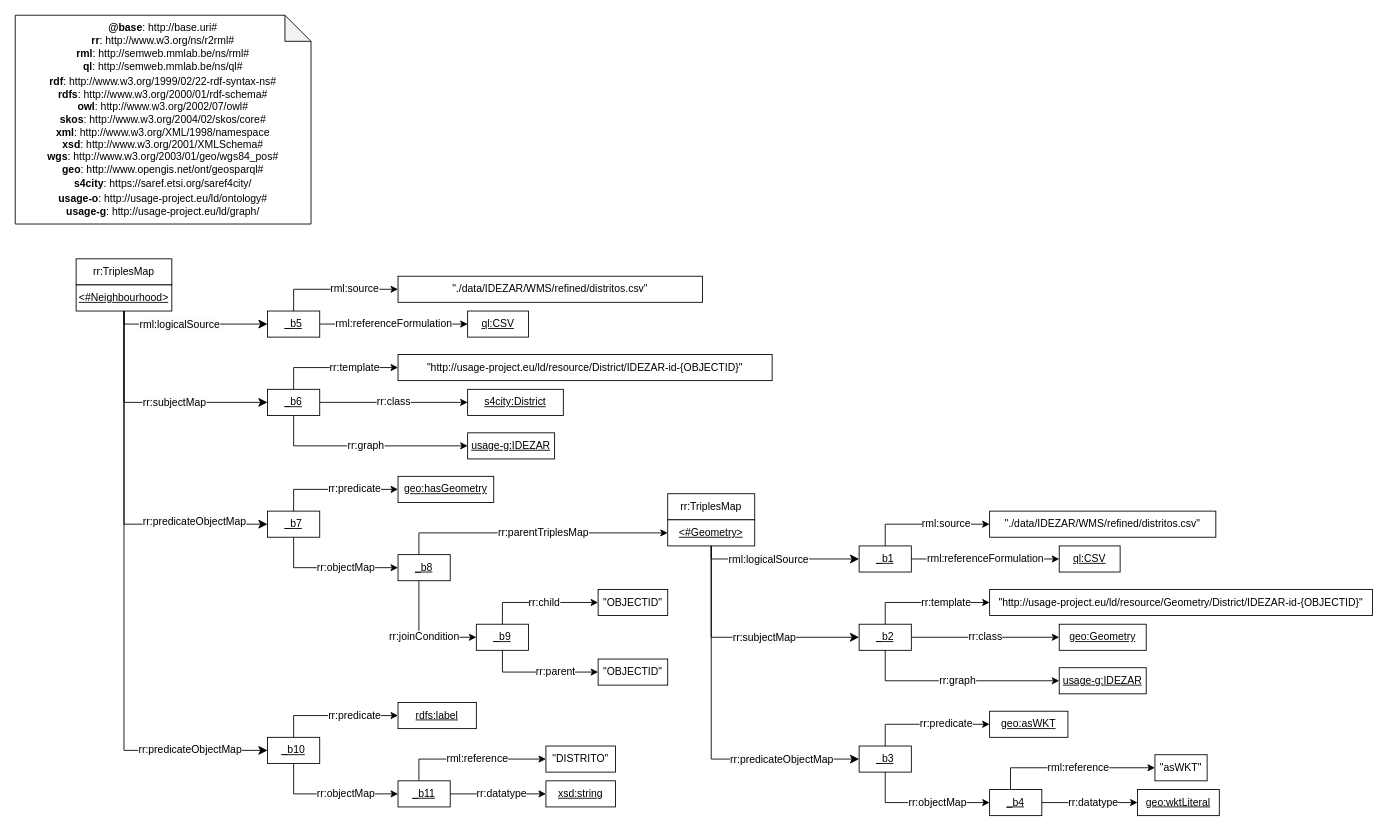
OnToologyUser/ZGZ_ghg_emissions_knowledge_graph keeps this draw.io diagram as mapping/IDEZAR/Distritos/mappingIDEZARDistritos.drawio. Above is the earlier version. Source tidied: cells renumbered, new cells numbered last; positions are measured from the earlier drawing's top-left corner, leaving out a move shared by most shapes. Both pictures are drawn from the tidied source at 87%, with x=0, y=0 at pixel (15, 15).
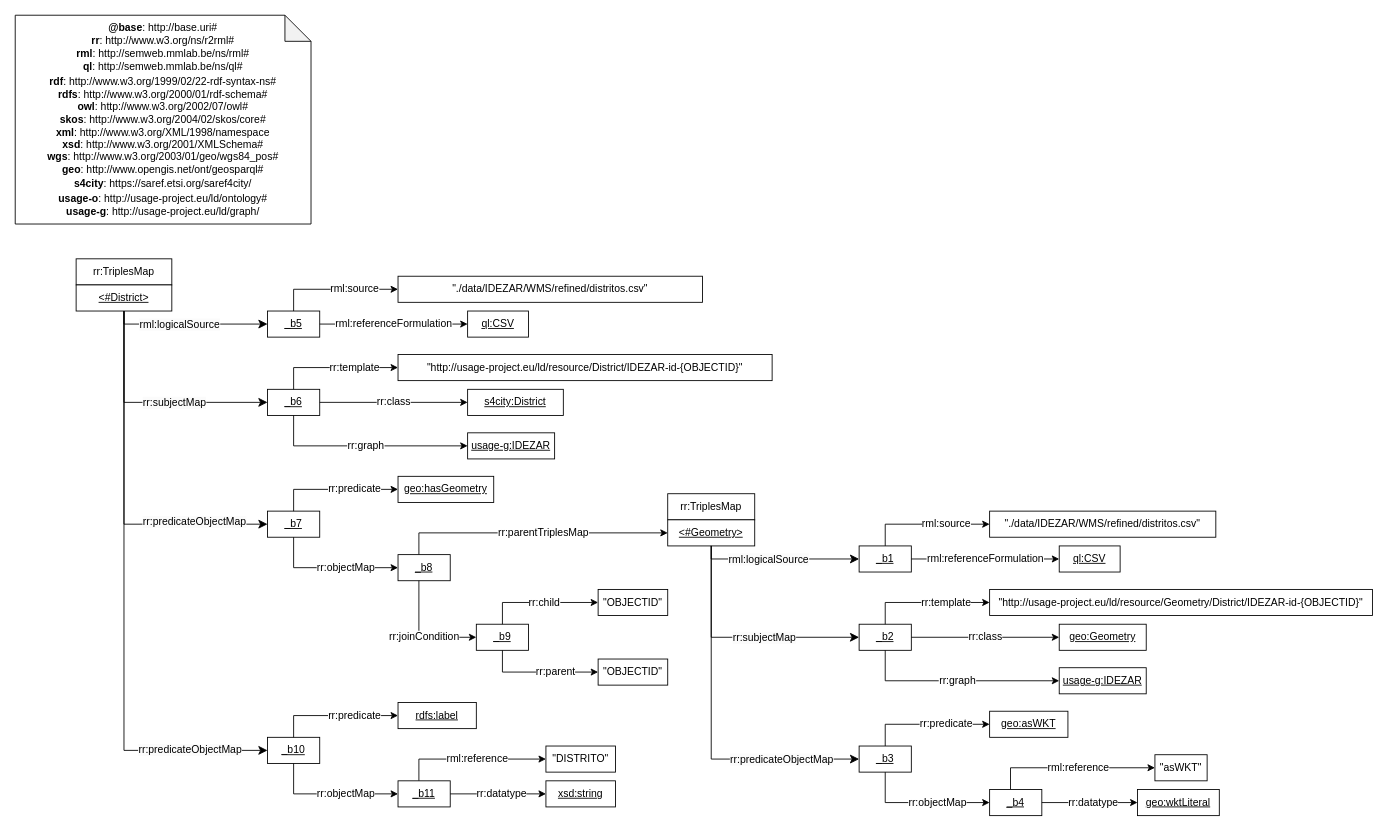
The same diagram, later.

Diff of the diagram source:
```diff
@@
-    <mxCell id="4" value="&lt;u&gt;&amp;lt;#Neighbourhood&amp;gt;&lt;/u&gt;" style="rounded=0;whiteSpace=wrap;html=1;snapToPoint=1;points=[[0.1,0],[0.2,0],[0.3,0],[0.4,0],[0.5,0],[0.6,0],[0.7,0],[0.8,0],[0.9,0],[0,0.1],[0,0.3],[0,0.5],[0,0.7],[0,0.9],[0.1,1],[0.2,1],[0.3,1],[0.4,1],[0.5,1],[0.6,1],[0.7,1],[0.8,1],[0.9,1],[1,0.1],[1,0.3],[1,0.5],[1,0.7],[1,0.9]];" parent="1" vertex="1">
+    <mxCell id="4" value="&lt;u&gt;&amp;lt;#District&amp;gt;&lt;/u&gt;" style="rounded=0;whiteSpace=wrap;html=1;snapToPoint=1;points=[[0.1,0],[0.2,0],[0.3,0],[0.4,0],[0.5,0],[0.6,0],[0.7,0],[0.8,0],[0.9,0],[0,0.1],[0,0.3],[0,0.5],[0,0.7],[0,0.9],[0.1,1],[0.2,1],[0.3,1],[0.4,1],[0.5,1],[0.6,1],[0.7,1],[0.8,1],[0.9,1],[1,0.1],[1,0.3],[1,0.5],[1,0.7],[1,0.9]];" parent="1" vertex="1">
       <mxGeometry x="70" y="310" width="110" height="30" as="geometry" />
     </mxCell>
```
